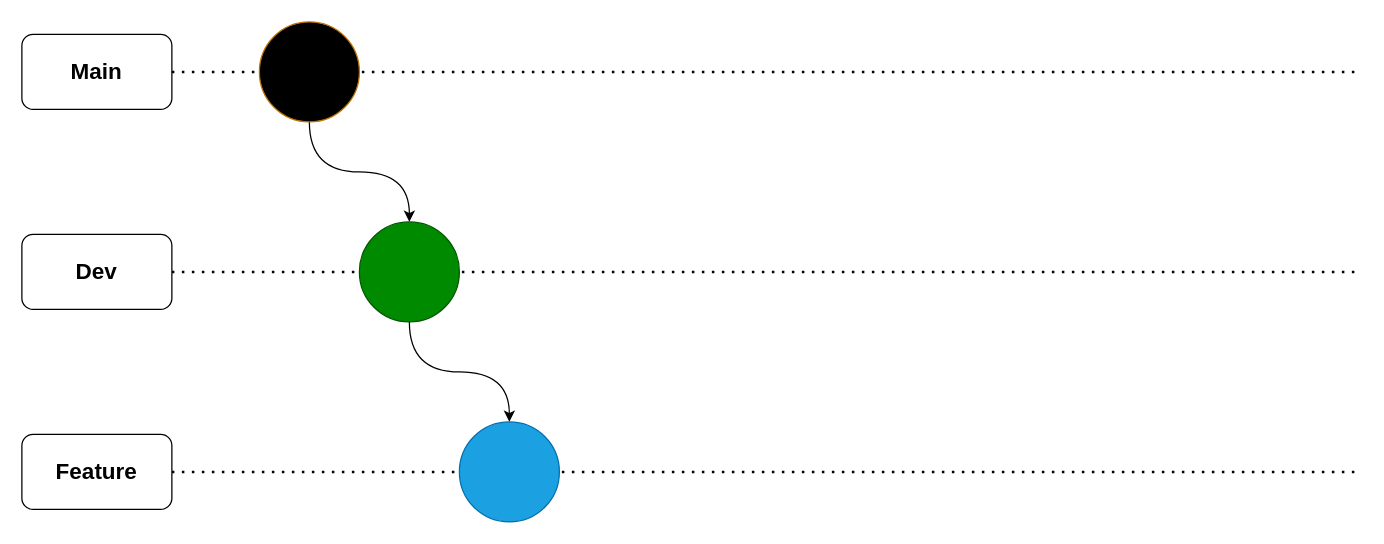
The draw.io diagram page "Page-1" (1 of 2) of Diagramme sans nom.drawio in SebastianZITOUNI/DemoBranche, before the edit. Source tidied: cells renumbered, new cells numbered last; positions are measured from the earlier drawing's top-left corner, leaving out a move shared by most shapes. Both pictures are drawn from the tidied source at 125%, with x=0, y=0 at pixel (21, 21).
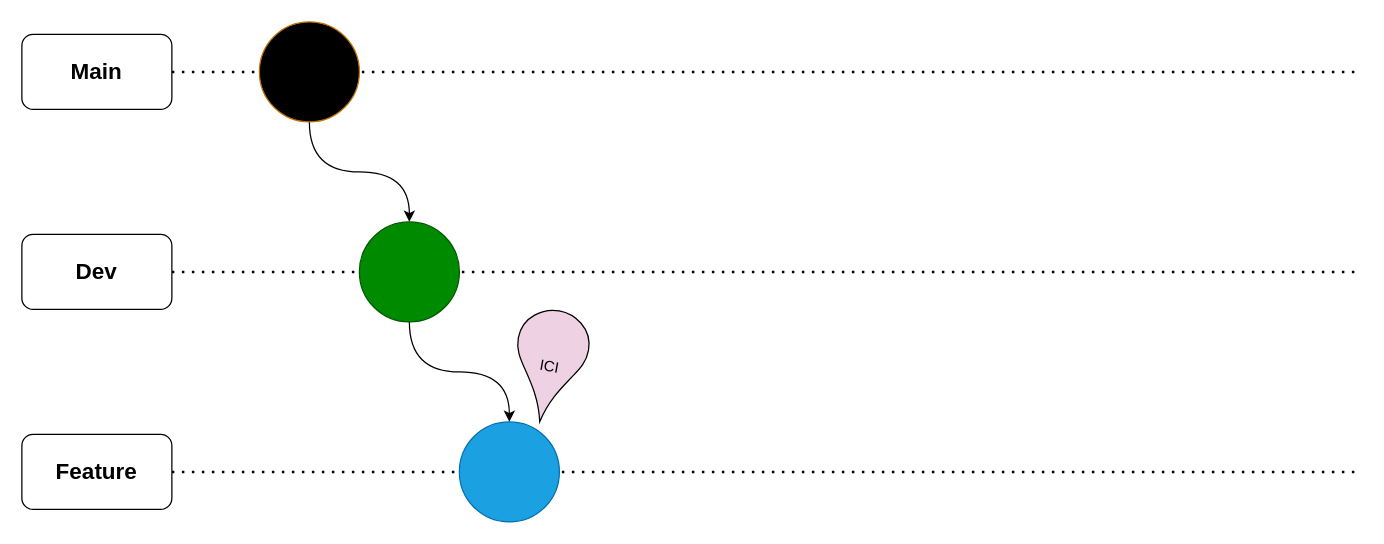
The same page after the edit.

What changed in the source:
```diff
@@
 <mxGraphModel>
   <root>
     <mxCell id="0" />
     <mxCell id="1" parent="0" />
     <mxCell id="2" style="endArrow=none;dashed=1;html=1;dashPattern=1 3;strokeWidth=2;rounded=0;exitX=1;exitY=0.5;exitDx=0;exitDy=0;" parent="1" edge="1" source="12">
       <mxGeometry relative="1" as="geometry">
         <mxPoint x="1070" y="360" as="targetPoint" />
       </mxGeometry>
     </mxCell>
     <mxCell id="3" style="endArrow=none;dashed=1;html=1;dashPattern=1 3;strokeWidth=2;rounded=0;exitX=1;exitY=0.5;exitDx=0;exitDy=0;" parent="1" edge="1" source="10">
       <mxGeometry relative="1" as="geometry">
         <mxPoint x="1070" y="200" as="targetPoint" />
       </mxGeometry>
     </mxCell>
     <mxCell id="4" style="edgeStyle=orthogonalEdgeStyle;rounded=0;jettySize=auto;html=1;entryX=0.5;entryY=0;entryDx=0;entryDy=0;curved=1;" parent="1" edge="1" source="5" target="9">
       <mxGeometry relative="1" as="geometry" />
     </mxCell>
     <mxCell id="5" style="ellipse;fillColor=#000000;fontColor=#000000;strokeColor=#BD7000;" parent="1" vertex="1">
       <mxGeometry x="190" width="80" height="80" as="geometry" />
     </mxCell>
     <mxCell id="6" value="Main" style="rounded=1;whiteSpace=wrap;html=1;fontStyle=1;fontSize=18;" parent="1" vertex="1">
       <mxGeometry y="10" width="120" height="60" as="geometry" />
     </mxCell>
     <mxCell id="7" style="endArrow=none;dashed=1;html=1;dashPattern=1 3;strokeWidth=2;rounded=0;exitX=1;exitY=0.5;exitDx=0;exitDy=0;" parent="1" edge="1" source="6">
       <mxGeometry relative="1" as="geometry">
         <mxPoint x="1070" y="40" as="targetPoint" />
       </mxGeometry>
     </mxCell>
     <mxCell id="8" style="edgeStyle=orthogonalEdgeStyle;rounded=0;jettySize=auto;html=1;curved=1;" parent="1" edge="1" source="9" target="11">
       <mxGeometry relative="1" as="geometry" />
     </mxCell>
     <mxCell id="9" style="ellipse;fillColor=#008a00;fontColor=#ffffff;strokeColor=#005700;" parent="1" vertex="1">
       <mxGeometry x="270" y="160" width="80" height="80" as="geometry" />
     </mxCell>
     <mxCell id="10" value="Dev" style="rounded=1;whiteSpace=wrap;html=1;fontStyle=1;fontSize=18;" parent="1" vertex="1">
       <mxGeometry y="170" width="120" height="60" as="geometry" />
     </mxCell>
     <mxCell id="11" style="ellipse;fillColor=#1ba1e2;fontColor=#ffffff;strokeColor=#006EAF;" parent="1" vertex="1">
       <mxGeometry x="350" y="320" width="80" height="80" as="geometry" />
     </mxCell>
     <mxCell id="12" value="Feature" style="rounded=1;whiteSpace=wrap;html=1;fontStyle=1;fontSize=18;" parent="1" vertex="1">
       <mxGeometry y="330" width="120" height="60" as="geometry" />
     </mxCell>
+    <mxCell id="13" value="ICI" style="html=1;whiteSpace=wrap;shape=mxgraph.archimate3.locationIcon;fillColor=#efd1e4;rotation=10;" parent="1" vertex="1">
+      <mxGeometry x="390.6" y="230.5" width="63" height="90" as="geometry" />
+    </mxCell>
   </root>
 </mxGraphModel>
```
